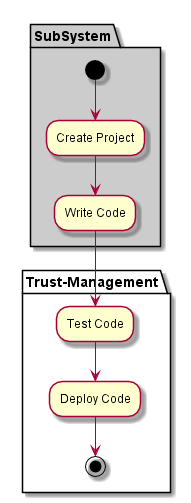
Before: docs/Solution/Trust-Manager/Process.png, a diagram exported from PlantUML (CAADE/CloudLet).
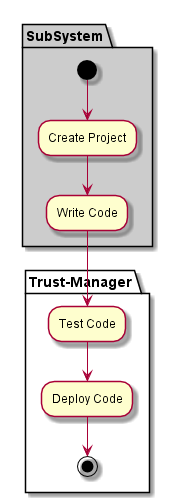
Later version of the same file.

What changed in the source:
```diff
@@ -1,6 +1,6 @@
 @startuml
 
-partition "Trust-Management" {
+partition "Trust-Manager" {
 
 }
 
@@ -9,7 +9,7 @@
   --> "Write Code"
 }
 
-partition "Trust-Management" {
+partition "Trust-Manager" {
   "Write Code" --> "Test Code"
   "Test Code" --> "Deploy Code"
   "Deploy Code" --> (*)
```
